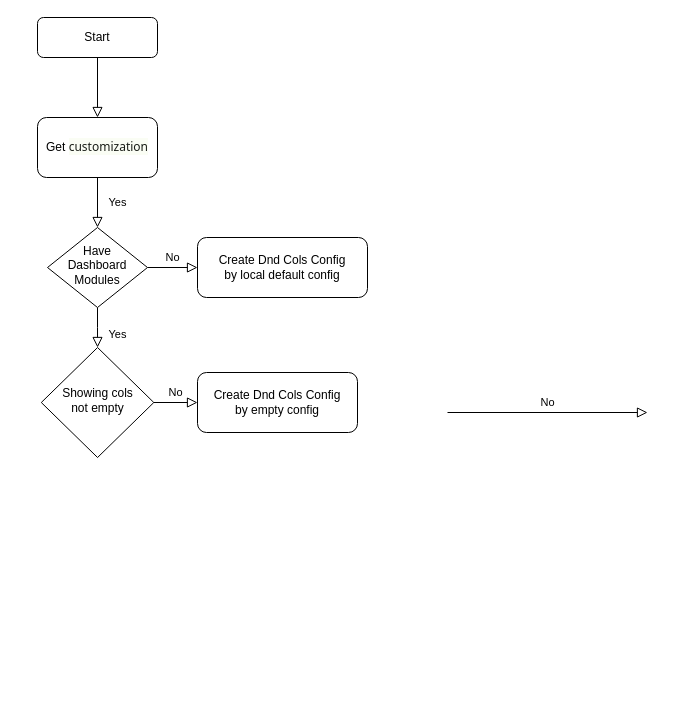
Before: Dnd Api Data Combine With Local Config.drawio in SmileSB1O1/draw-active, a draw.io diagram. Source tidied: cells renumbered, new cells numbered last; positions are measured from the earlier drawing's top-left corner, leaving out a move shared by most shapes. Both pictures are drawn from the tidied source at 100%, with x=0, y=0 at pixel (37, 17).
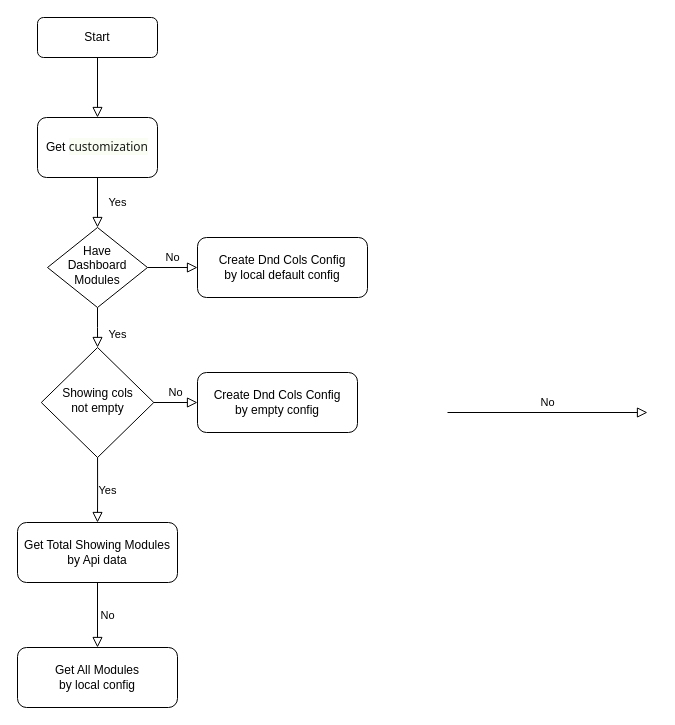
After the change.

Diff of the diagram source:
```diff
@@
 <mxGraphModel>
   <root>
     <mxCell id="0" />
     <mxCell id="1" parent="0" />
     <mxCell id="2" style="rounded=0;html=1;jettySize=auto;fontSize=11;endArrow=block;endFill=0;endSize=8;strokeWidth=1;shadow=0;labelBackgroundColor=none;edgeStyle=orthogonalEdgeStyle;" parent="1" edge="1" source="3" target="9">
       <mxGeometry relative="1" as="geometry" />
     </mxCell>
     <mxCell id="3" value="Start" style="rounded=1;whiteSpace=wrap;html=1;fontSize=12;glass=0;strokeWidth=1;shadow=0;" parent="1" vertex="1">
       <mxGeometry width="120" height="40" as="geometry" />
     </mxCell>
     <mxCell id="4" value="Yes" style="rounded=0;html=1;jettySize=auto;fontSize=11;endArrow=block;endFill=0;endSize=8;strokeWidth=1;shadow=0;labelBackgroundColor=none;edgeStyle=orthogonalEdgeStyle;exitX=0.5;exitY=1;exitDx=0;exitDy=0;" parent="1" edge="1" source="9" target="7">
       <mxGeometry y="20" relative="1" as="geometry" />
     </mxCell>
     <mxCell id="5" value="Yes" style="rounded=0;html=1;jettySize=auto;fontSize=11;endArrow=block;endFill=0;endSize=8;strokeWidth=1;shadow=0;labelBackgroundColor=none;edgeStyle=orthogonalEdgeStyle;entryX=0.5;entryY=0;entryDx=0;entryDy=0;" parent="1" edge="1" source="7" target="10">
       <mxGeometry x="0.33" y="20" relative="1" as="geometry" />
     </mxCell>
     <mxCell id="6" value="No" style="edgeStyle=orthogonalEdgeStyle;rounded=0;html=1;jettySize=auto;fontSize=11;endArrow=block;endFill=0;endSize=8;strokeWidth=1;shadow=0;labelBackgroundColor=none;" parent="1" edge="1" source="7" target="8">
       <mxGeometry y="10" relative="1" as="geometry" />
     </mxCell>
     <mxCell id="7" value="Have Dashboard Modules" style="rhombus;whiteSpace=wrap;html=1;shadow=0;fontFamily=Helvetica;fontSize=12;align=center;strokeWidth=1;spacing=6;spacingTop=-4;" parent="1" vertex="1">
       <mxGeometry x="10" y="210" width="100" height="80" as="geometry" />
     </mxCell>
     <mxCell id="8" value="Create Dnd Cols Config&lt;div&gt;by local default config&lt;/div&gt;" style="rounded=1;whiteSpace=wrap;html=1;fontSize=12;glass=0;strokeWidth=1;shadow=0;" parent="1" vertex="1">
       <mxGeometry x="160" y="220" width="170" height="60" as="geometry" />
     </mxCell>
     <mxCell id="9" value="Get&amp;nbsp;&lt;span style=&quot;color: rgb(25, 29, 23); font-family: system-ui, sans-serif; text-align: start; background-color: rgb(250, 253, 244);&quot;&gt;customization&lt;/span&gt;" style="rounded=1;whiteSpace=wrap;html=1;" parent="1" vertex="1">
       <mxGeometry y="100" width="120" height="60" as="geometry" />
     </mxCell>
     <mxCell id="10" value="Showing cols&lt;br&gt;not empty" style="rhombus;whiteSpace=wrap;html=1;shadow=0;fontFamily=Helvetica;fontSize=12;align=center;strokeWidth=1;spacing=6;spacingTop=-4;" parent="1" vertex="1">
       <mxGeometry x="3.8" y="330" width="112.5" height="110" as="geometry" />
     </mxCell>
     <mxCell id="11" value="Create Dnd Cols Config&lt;div&gt;by empty config&lt;/div&gt;" style="rounded=1;whiteSpace=wrap;html=1;fontSize=12;glass=0;strokeWidth=1;shadow=0;" parent="1" vertex="1">
       <mxGeometry x="160" y="355" width="160" height="60" as="geometry" />
     </mxCell>
     <mxCell id="12" value="No" style="edgeStyle=orthogonalEdgeStyle;rounded=0;html=1;jettySize=auto;fontSize=11;endArrow=block;endFill=0;endSize=8;strokeWidth=1;shadow=0;labelBackgroundColor=none;entryX=0;entryY=0.5;entryDx=0;entryDy=0;exitX=1;exitY=0.5;exitDx=0;exitDy=0;" parent="1" edge="1" source="10" target="11">
       <mxGeometry y="10" relative="1" as="geometry" />
     </mxCell>
     <mxCell id="13" value="No" style="edgeStyle=orthogonalEdgeStyle;rounded=0;html=1;jettySize=auto;orthogonalLoop=1;fontSize=11;endArrow=block;endFill=0;endSize=8;strokeWidth=1;shadow=0;labelBackgroundColor=none;" parent="1" edge="1">
       <mxGeometry y="10" relative="1" as="geometry">
         <mxPoint x="410" y="395" as="sourcePoint" />
         <mxPoint x="610" y="395" as="targetPoint" />
       </mxGeometry>
     </mxCell>
+    <mxCell id="14" value="Yes" style="edgeStyle=orthogonalEdgeStyle;rounded=0;html=1;jettySize=auto;fontSize=11;endArrow=block;endFill=0;endSize=8;strokeWidth=1;shadow=0;labelBackgroundColor=none;exitX=0.5;exitY=1;exitDx=0;exitDy=0;entryX=0.5;entryY=0;entryDx=0;entryDy=0;" parent="1" edge="1" source="10" target="15">
+      <mxGeometry y="10" relative="1" as="geometry" />
+    </mxCell>
+    <mxCell id="15" value="Get Total Showing Modules&lt;br&gt;by Api data" style="rounded=1;whiteSpace=wrap;html=1;" parent="1" vertex="1">
+      <mxGeometry x="-20" y="505" width="160" height="60" as="geometry" />
+    </mxCell>
+    <mxCell id="16" value="No" style="edgeStyle=orthogonalEdgeStyle;rounded=0;html=1;jettySize=auto;fontSize=11;endArrow=block;endFill=0;endSize=8;strokeWidth=1;shadow=0;labelBackgroundColor=none;exitX=0.5;exitY=1;exitDx=0;exitDy=0;entryX=0.5;entryY=0;entryDx=0;entryDy=0;" parent="1" edge="1" source="15" target="17">
+      <mxGeometry y="10" relative="1" as="geometry" />
+    </mxCell>
+    <mxCell id="17" value="Get All Modules&lt;br&gt;by local config" style="rounded=1;whiteSpace=wrap;html=1;" parent="1" vertex="1">
+      <mxGeometry x="-20" y="630" width="160" height="60" as="geometry" />
+    </mxCell>
   </root>
 </mxGraphModel>
```
